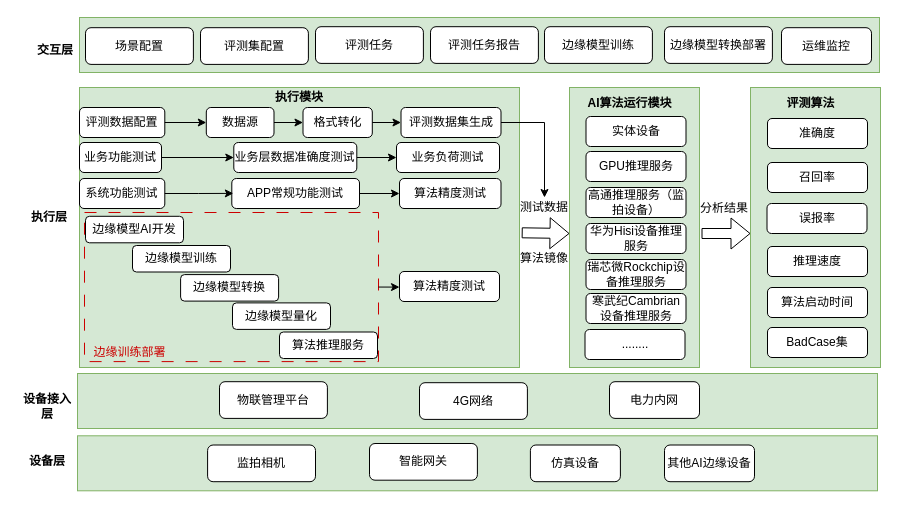
Earlier version of the draw.io diagram 验证实验评测平台-测试部门概要.drawio (paleblackless/diagrams). Source tidied: cells renumbered, new cells numbered last; positions are measured from the earlier drawing's top-left corner, leaving out a move shared by most shapes. Both pictures are drawn from the tidied source at 100%, with x=0, y=0 at pixel (17, 17).
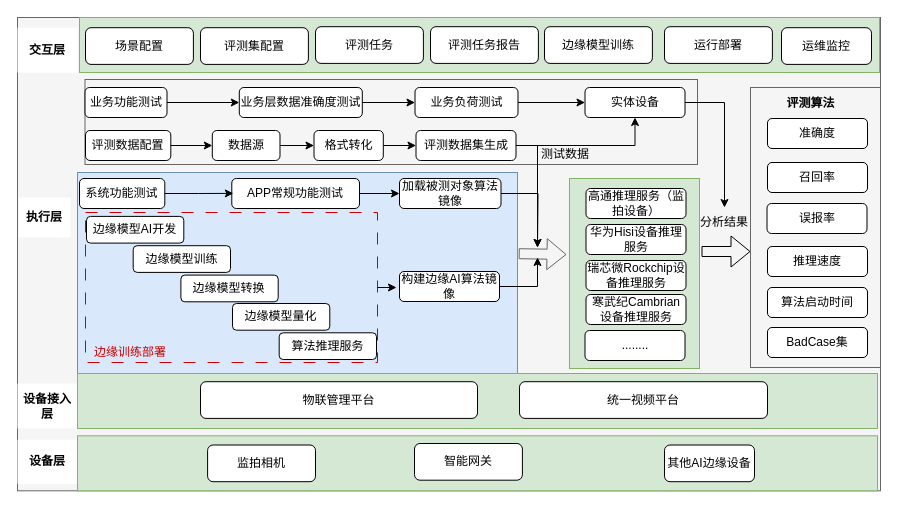
After the change.

Commit message:
Update 验证实验评测平台-测试部门概要.drawio

Unchanged cells that the change refers to:
```xml
<mxCell id="27" style="group;" parent="2" vertex="1">
  <mxGeometry x="733" y="70" width="130" height="280" as="geometry" />
</mxCell>
<mxCell id="49" style="group;" parent="2" vertex="1">
  <mxGeometry x="62" y="160" width="421.5" height="31" as="geometry" />
</mxCell>
```

Diff of the diagram source:
```diff
@@
-    <mxCell id="2" style="group;" parent="1" vertex="1">
+    <mxCell id="2" style="group;fillColor=#f5f5f5;fontColor=#333333;strokeColor=#666666;" parent="1" vertex="1">
       <mxGeometry width="863" height="473.3" as="geometry" />
     </mxCell>
+    <mxCell id="82" style="rounded=0;whiteSpace=wrap;html=1;fillColor=#dae8fc;strokeColor=#6c8ebf;" parent="2" vertex="1">
+      <mxGeometry x="60" y="155" width="440" height="205" as="geometry" />
+    </mxCell>
+    <mxCell id="83" style="rounded=0;whiteSpace=wrap;html=1;fillColor=#f5f5f5;strokeColor=#666666;fontColor=#333333;" parent="2" vertex="1">
+      <mxGeometry x="67.5" y="62" width="612.5" height="85" as="geometry" />
+    </mxCell>
@@
     <mxCell id="4" value="&lt;b&gt;交互层&lt;/b&gt;" style="rounded=0;whiteSpace=wrap;html=1;strokeColor=none;" parent="2" vertex="1">
-      <mxGeometry x="8" y="10" width="60" height="45" as="geometry" />
+      <mxGeometry y="10.2" width="60" height="45" as="geometry" />
     </mxCell>
@@
     <mxCell id="6" value="&lt;b&gt;执行层&lt;/b&gt;" style="rounded=0;whiteSpace=wrap;html=1;strokeColor=none;" parent="2" vertex="1">
-      <mxGeometry x="2" y="180" width="60" height="40" as="geometry" />
+      <mxGeometry x="1" y="180" width="52" height="40" as="geometry" />
     </mxCell>
-    <mxCell id="7" style="rounded=0;whiteSpace=wrap;html=1;fillColor=#d5e8d4;strokeColor=#82b366;" parent="2" vertex="1">
-      <mxGeometry x="62" y="70" width="440" height="280" as="geometry" />
-    </mxCell>
-    <mxCell id="8" value="&lt;b&gt;执行模块&lt;/b&gt;" style="text;html=1;strokeColor=none;fillColor=none;align=center;verticalAlign=middle;whiteSpace=wrap;rounded=0;" parent="2" vertex="1">
-      <mxGeometry x="242" y="65" width="80" height="30" as="geometry" />
-    </mxCell>
@@
-    <mxCell id="13" value="边缘模型转换部署" style="rounded=1;whiteSpace=wrap;html=1;" parent="2" vertex="1">
+    <mxCell id="13" value="运行部署" style="rounded=1;whiteSpace=wrap;html=1;" parent="2" vertex="1">
       <mxGeometry x="647" y="9.2" width="107.9" height="36.7" as="geometry" />
     </mxCell>
@@
     <mxCell id="16" style="group;" parent="2" vertex="1">
-      <mxGeometry x="552" y="70" width="190" height="280" as="geometry" />
+      <mxGeometry x="552" y="71" width="190" height="280" as="geometry" />
     </mxCell>
     <mxCell id="17" style="rounded=0;whiteSpace=wrap;html=1;fillColor=#d5e8d4;strokeColor=#82b366;" parent="16" vertex="1">
-      <mxGeometry width="130" height="280" as="geometry" />
+      <mxGeometry y="90" width="130" height="190" as="geometry" />
     </mxCell>
-    <mxCell id="18" value="&lt;b&gt;AI算法运行模块&lt;/b&gt;" style="text;html=1;strokeColor=none;fillColor=none;align=center;verticalAlign=middle;whiteSpace=wrap;rounded=0;" parent="16" vertex="1">
-      <mxGeometry x="3.5" y="1" width="113" height="30" as="geometry" />
-    </mxCell>
+    <mxCell id="84" style="edgeStyle=orthogonalEdgeStyle;rounded=0;jettySize=auto;html=1;exitX=1;exitY=0.5;exitDx=0;exitDy=0;" parent="16" edge="1" source="19" target="26">
+      <mxGeometry relative="1" as="geometry" />
+    </mxCell>
     <mxCell id="19" value="实体设备" style="rounded=1;whiteSpace=wrap;html=1;" parent="16" vertex="1">
-      <mxGeometry x="16.5" y="29" width="100" height="30" as="geometry" />
+      <mxGeometry x="15.5" y="-1" width="100" height="30" as="geometry" />
     </mxCell>
-    <mxCell id="20" value="GPU推理服务" style="rounded=1;whiteSpace=wrap;html=1;" parent="16" vertex="1">
-      <mxGeometry x="16.5" y="64" width="100" height="30" as="geometry" />
-    </mxCell>
@@
     <mxCell id="26" value="分析结果" style="text;html=1;strokeColor=none;fillColor=none;align=center;verticalAlign=middle;whiteSpace=wrap;rounded=0;" parent="16" vertex="1">
-      <mxGeometry x="130" y="106" width="50" height="30" as="geometry" />
+      <mxGeometry x="130" y="119" width="50" height="30" as="geometry" />
     </mxCell>
@@
-    <mxCell id="28" style="rounded=0;whiteSpace=wrap;html=1;fillColor=#d5e8d4;strokeColor=#82b366;" parent="27" vertex="1">
+    <mxCell id="28" style="rounded=0;whiteSpace=wrap;html=1;fillColor=#f5f5f5;strokeColor=#666666;fontColor=#333333;" parent="27" vertex="1">
       <mxGeometry width="130" height="280" as="geometry" />
     </mxCell>
@@
     <mxCell id="36" style="shape=flexArrow;endArrow=classic;html=1;rounded=0;" parent="2" edge="1">
       <mxGeometry relative="1" as="geometry">
-        <mxPoint x="684" y="216" as="sourcePoint" />
-        <mxPoint x="733" y="216" as="targetPoint" />
+        <mxPoint x="684" y="234" as="sourcePoint" />
+        <mxPoint x="733" y="234" as="targetPoint" />
       </mxGeometry>
     </mxCell>
-    <mxCell id="37" value="测试数据" style="text;html=1;strokeColor=none;fillColor=none;align=center;verticalAlign=middle;whiteSpace=wrap;rounded=0;" parent="2" vertex="1">
-      <mxGeometry x="502" y="180" width="50" height="20" as="geometry" />
+    <mxCell id="37" value="测试数据" style="text;html=1;strokeColor=none;fillColor=none;align=center;verticalAlign=middle;whiteSpace=wrap;rounded=0;rotation=0;" parent="2" vertex="1">
+      <mxGeometry x="523" y="127" width="50" height="20" as="geometry" />
     </mxCell>
-    <mxCell id="38" value="算法镜像" style="text;html=1;strokeColor=none;fillColor=none;align=center;verticalAlign=middle;whiteSpace=wrap;rounded=0;" parent="2" vertex="1">
-      <mxGeometry x="502" y="228" width="50" height="26" as="geometry" />
-    </mxCell>
     <mxCell id="39" style="group;fillColor=none;strokeColor=none;" parent="2" vertex="1">
-      <mxGeometry x="68" y="190" width="294" height="159" as="geometry" />
+      <mxGeometry x="69" y="190" width="292" height="160" as="geometry" />
     </mxCell>
     <mxCell id="40" style="rounded=0;whiteSpace=wrap;html=1;dashed=1;dashPattern=12 12;fillColor=none;fillStyle=auto;strokeColor=#CC0000;gradientColor=#97d077;" parent="39" vertex="1">
-      <mxGeometry x="-1" y="5" width="294" height="149.1" as="geometry" />
+      <mxGeometry x="-1" y="5" width="292" height="150" as="geometry" />
     </mxCell>
     <mxCell id="41" value="边缘模型AI开发" style="rounded=1;whiteSpace=wrap;html=1;" parent="39" vertex="1">
-      <mxGeometry y="8.8" width="98" height="26.5" as="geometry" />
+      <mxGeometry y="8.9" width="97.3" height="26.7" as="geometry" />
     </mxCell>
     <mxCell id="42" value="边缘模型训练" style="rounded=1;whiteSpace=wrap;html=1;" parent="39" vertex="1">
-      <mxGeometry x="47" y="38" width="98" height="26.5" as="geometry" />
+      <mxGeometry x="46.7" y="38.2" width="97.3" height="26.7" as="geometry" />
     </mxCell>
     <mxCell id="43" value="边缘模型转换" style="rounded=1;whiteSpace=wrap;html=1;" parent="39" vertex="1">
-      <mxGeometry x="95.1" y="67.1" width="98" height="26.5" as="geometry" />
+      <mxGeometry x="94.4" y="67.6" width="97.3" height="26.7" as="geometry" />
     </mxCell>
     <mxCell id="44" value="边缘模型量化" style="rounded=1;whiteSpace=wrap;html=1;" parent="39" vertex="1">
-      <mxGeometry x="147" y="95.4" width="98" height="26.5" as="geometry" />
+      <mxGeometry x="146" y="96" width="97.3" height="26.7" as="geometry" />
     </mxCell>
     <mxCell id="45" value="算法推理服务" style="rounded=1;whiteSpace=wrap;html=1;" parent="39" vertex="1">
-      <mxGeometry x="194" y="124.5" width="98" height="26.5" as="geometry" />
+      <mxGeometry x="192.7" y="125.3" width="97.3" height="26.7" as="geometry" />
     </mxCell>
     <mxCell id="46" value="&lt;font color=&quot;#cc0000&quot;&gt;边缘训练部署&lt;/font&gt;" style="text;html=1;strokeColor=none;fillColor=none;align=center;verticalAlign=middle;whiteSpace=wrap;rounded=0;" parent="39" vertex="1">
-      <mxGeometry x="-1" y="135" width="91" height="19" as="geometry" />
+      <mxGeometry x="-1" y="135.9" width="90.4" height="19.1" as="geometry" />
     </mxCell>
-    <mxCell id="47" value="算法精度测试" style="rounded=1;whiteSpace=wrap;html=1;" parent="2" vertex="1">
+    <mxCell id="47" value="构建边缘AI算法镜像" style="rounded=1;whiteSpace=wrap;html=1;" parent="2" vertex="1">
       <mxGeometry x="382" y="254" width="100" height="30" as="geometry" />
     </mxCell>
-    <mxCell id="48" style="edgeStyle=orthogonalEdgeStyle;rounded=0;jettySize=auto;html=1;exitX=1;exitY=0.5;exitDx=0;exitDy=0;entryX=0;entryY=0.5;entryDx=0;entryDy=0;" parent="2" edge="1" source="40" target="47">
-      <mxGeometry relative="1" as="geometry" />
-    </mxCell>
@@
-    <mxCell id="54" value="算法精度测试" style="rounded=1;whiteSpace=wrap;html=1;" parent="49" vertex="1">
+    <mxCell id="54" value="加载被测对象算法镜像" style="rounded=1;whiteSpace=wrap;html=1;" parent="49" vertex="1">
       <mxGeometry x="320" y="1" width="101.5" height="30" as="geometry" />
     </mxCell>
+    <mxCell id="70" style="shape=flexArrow;endArrow=classic;html=1;rounded=0;exitX=0.044;exitY=0.975;exitDx=0;exitDy=0;exitPerimeter=0;fillColor=#f5f5f5;strokeColor=#666666;" parent="2" edge="1">
+      <mxGeometry relative="1" as="geometry">
+        <mxPoint x="501.2" y="236.2" as="sourcePoint" />
+        <mxPoint x="549" y="237" as="targetPoint" />
+      </mxGeometry>
+    </mxCell>
+    <mxCell id="71" value="&lt;b&gt;设备层&lt;/b&gt;" style="rounded=0;whiteSpace=wrap;html=1;strokeColor=none;" parent="2" vertex="1">
+      <mxGeometry y="422.2" width="60" height="44.2" as="geometry" />
+    </mxCell>
+    <mxCell id="72" style="group;fillColor=#d5e8d4;strokeColor=#82b366;" parent="2" vertex="1">
+      <mxGeometry x="60" y="418.3" width="800" height="55" as="geometry" />
+    </mxCell>
+    <mxCell id="73" value="智能网关" style="rounded=1;whiteSpace=wrap;html=1;" parent="2" vertex="1">
+      <mxGeometry x="397" y="426" width="107.9" height="36.7" as="geometry" />
+    </mxCell>
+    <mxCell id="74" value="监拍相机" style="rounded=1;whiteSpace=wrap;html=1;" parent="2" vertex="1">
+      <mxGeometry x="190.1" y="427.5" width="107.9" height="36.7" as="geometry" />
+    </mxCell>
+    <mxCell id="76" value="&lt;b&gt;设备接入层&lt;/b&gt;" style="rounded=0;whiteSpace=wrap;html=1;strokeColor=none;" parent="2" vertex="1">
+      <mxGeometry y="366" width="60" height="45" as="geometry" />
+    </mxCell>
+    <mxCell id="77" style="group;fillColor=#d5e8d4;strokeColor=#82b366;" parent="2" vertex="1">
+      <mxGeometry x="60" y="356" width="800" height="55" as="geometry" />
+    </mxCell>
+    <mxCell id="78" value="物联管理平台" style="rounded=1;whiteSpace=wrap;html=1;" parent="2" vertex="1">
+      <mxGeometry x="183" y="364.2" width="277" height="36.7" as="geometry" />
+    </mxCell>
+    <mxCell id="80" value="统一视频平台" style="rounded=1;whiteSpace=wrap;html=1;" parent="2" vertex="1">
+      <mxGeometry x="502" y="364.2" width="248" height="36.7" as="geometry" />
+    </mxCell>
+    <mxCell id="81" value="其他AI边缘设备" style="rounded=1;whiteSpace=wrap;html=1;" parent="2" vertex="1">
+      <mxGeometry x="647" y="427.5" width="90" height="36.7" as="geometry" />
+    </mxCell>
     <mxCell id="55" style="group;" parent="2" vertex="1">
-      <mxGeometry x="62" y="125" width="420" height="30" as="geometry" />
+      <mxGeometry x="67.5" y="73" width="420" height="30" as="geometry" />
     </mxCell>
     <mxCell id="56" value="业务功能测试" style="rounded=1;whiteSpace=wrap;html=1;" parent="55" vertex="1">
-      <mxGeometry width="82" height="30" as="geometry" />
+      <mxGeometry y="-3" width="82" height="30" as="geometry" />
     </mxCell>
@@
     <mxCell id="58" value="业务层数据准确度测试" style="rounded=1;whiteSpace=wrap;html=1;" parent="55" vertex="1">
-      <mxGeometry x="154.3" width="123" height="30" as="geometry" />
+      <mxGeometry x="154.3" y="-3" width="123" height="30" as="geometry" />
     </mxCell>
@@
     <mxCell id="60" value="业务负荷测试" style="rounded=1;whiteSpace=wrap;html=1;" parent="55" vertex="1">
-      <mxGeometry x="317" width="103" height="30" as="geometry" />
+      <mxGeometry x="330" y="-3" width="103" height="30" as="geometry" />
     </mxCell>
+    <mxCell id="85" style="edgeStyle=orthogonalEdgeStyle;rounded=0;jettySize=auto;html=1;exitX=1;exitY=0.5;exitDx=0;exitDy=0;entryX=0;entryY=0.5;entryDx=0;entryDy=0;" parent="2" edge="1" source="60" target="19">
+      <mxGeometry relative="1" as="geometry" />
+    </mxCell>
     <mxCell id="61" style="group;" parent="2" vertex="1">
-      <mxGeometry x="62" y="90" width="421.5" height="30" as="geometry" />
+      <mxGeometry x="68" y="113" width="421.5" height="30" as="geometry" />
     </mxCell>
@@
     <mxCell id="65" value="格式转化" style="rounded=1;whiteSpace=wrap;html=1;" parent="61" vertex="1">
-      <mxGeometry x="223.5" width="69.3" height="30" as="geometry" />
+      <mxGeometry x="228.5" width="69.3" height="30" as="geometry" />
     </mxCell>
@@
     <mxCell id="67" value="评测数据集生成" style="rounded=1;whiteSpace=wrap;html=1;" parent="61" vertex="1">
-      <mxGeometry x="321.5" width="100" height="30" as="geometry" />
+      <mxGeometry x="330.5" width="100" height="30" as="geometry" />
     </mxCell>
@@
-    <mxCell id="69" style="edgeStyle=orthogonalEdgeStyle;rounded=0;jettySize=auto;html=1;exitX=1;exitY=0.5;exitDx=0;exitDy=0;entryX=0.5;entryY=0;entryDx=0;entryDy=0;" parent="2" edge="1" source="67" target="37">
-      <mxGeometry relative="1" as="geometry" />
-    </mxCell>
-    <mxCell id="70" style="shape=flexArrow;endArrow=classic;html=1;rounded=0;exitX=0.044;exitY=0.975;exitDx=0;exitDy=0;exitPerimeter=0;" parent="2" edge="1">
-      <mxGeometry relative="1" as="geometry">
-        <mxPoint x="504.2" y="215.3" as="sourcePoint" />
-        <mxPoint x="552" y="216" as="targetPoint" />
-      </mxGeometry>
-    </mxCell>
-    <mxCell id="71" value="&lt;b&gt;设备层&lt;/b&gt;" style="rounded=0;whiteSpace=wrap;html=1;strokeColor=none;" parent="2" vertex="1">
-      <mxGeometry y="422.2" width="60" height="44.2" as="geometry" />
-    </mxCell>
-    <mxCell id="72" style="group;fillColor=#d5e8d4;strokeColor=#82b366;" parent="2" vertex="1">
-      <mxGeometry x="60" y="418.3" width="800" height="55" as="geometry" />
-    </mxCell>
-    <mxCell id="73" value="智能网关" style="rounded=1;whiteSpace=wrap;html=1;" parent="2" vertex="1">
-      <mxGeometry x="352" y="426" width="107.9" height="36.7" as="geometry" />
-    </mxCell>
-    <mxCell id="74" value="监拍相机" style="rounded=1;whiteSpace=wrap;html=1;" parent="2" vertex="1">
-      <mxGeometry x="190.1" y="427.5" width="107.9" height="36.7" as="geometry" />
-    </mxCell>
-    <mxCell id="75" value="仿真设备" style="rounded=1;whiteSpace=wrap;html=1;" parent="2" vertex="1">
-      <mxGeometry x="512.9" y="427.5" width="90" height="36.7" as="geometry" />
-    </mxCell>
-    <mxCell id="76" value="&lt;b&gt;设备接入层&lt;/b&gt;" style="rounded=0;whiteSpace=wrap;html=1;strokeColor=none;" parent="2" vertex="1">
-      <mxGeometry y="366" width="60" height="45" as="geometry" />
-    </mxCell>
-    <mxCell id="77" style="group;fillColor=#d5e8d4;strokeColor=#82b366;" parent="2" vertex="1">
-      <mxGeometry x="60" y="356" width="800" height="55" as="geometry" />
-    </mxCell>
-    <mxCell id="78" value="物联管理平台" style="rounded=1;whiteSpace=wrap;html=1;" parent="2" vertex="1">
-      <mxGeometry x="202" y="364.2" width="107.9" height="36.7" as="geometry" />
-    </mxCell>
-    <mxCell id="79" value="4G网络" style="rounded=1;whiteSpace=wrap;html=1;" parent="2" vertex="1">
-      <mxGeometry x="402" y="365.2" width="107.9" height="36.7" as="geometry" />
-    </mxCell>
-    <mxCell id="80" value="电力内网" style="rounded=1;whiteSpace=wrap;html=1;" parent="2" vertex="1">
-      <mxGeometry x="592" y="364.2" width="90" height="36.7" as="geometry" />
-    </mxCell>
-    <mxCell id="81" value="其他AI边缘设备" style="rounded=1;whiteSpace=wrap;html=1;" parent="2" vertex="1">
-      <mxGeometry x="647" y="427.5" width="90" height="36.7" as="geometry" />
-    </mxCell>
+    <mxCell id="86" style="edgeStyle=orthogonalEdgeStyle;rounded=0;jettySize=auto;html=1;exitX=1;exitY=0.5;exitDx=0;exitDy=0;entryX=0.5;entryY=1;entryDx=0;entryDy=0;" parent="2" edge="1" source="67" target="19">
+      <mxGeometry relative="1" as="geometry" />
+    </mxCell>
+    <mxCell id="48" style="edgeStyle=orthogonalEdgeStyle;rounded=0;jettySize=auto;html=1;exitX=1;exitY=0.5;exitDx=0;exitDy=0;entryX=-0.03;entryY=0.53;entryDx=0;entryDy=0;entryPerimeter=0;" parent="2" edge="1" source="40" target="47">
+      <mxGeometry relative="1" as="geometry" />
+    </mxCell>
+    <mxCell id="87" style="edgeStyle=orthogonalEdgeStyle;rounded=0;jettySize=auto;html=1;exitX=1;exitY=0.5;exitDx=0;exitDy=0;jumpStyle=arc;" parent="1" edge="1" source="54">
+      <mxGeometry relative="1" as="geometry">
+        <mxPoint x="520" y="230" as="targetPoint" />
+      </mxGeometry>
+    </mxCell>
+    <mxCell id="88" style="edgeStyle=orthogonalEdgeStyle;rounded=0;jettySize=auto;html=1;exitX=1;exitY=0.5;exitDx=0;exitDy=0;" parent="1" edge="1" source="47">
+      <mxGeometry relative="1" as="geometry">
+        <mxPoint x="520" y="240" as="targetPoint" />
+        <Array as="points">
+          <mxPoint x="520" y="269" />
+          <mxPoint x="520" y="240" />
+        </Array>
+      </mxGeometry>
+    </mxCell>
+    <mxCell id="89" style="edgeStyle=orthogonalEdgeStyle;rounded=0;jettySize=auto;html=1;exitX=1;exitY=0.5;exitDx=0;exitDy=0;" parent="1" edge="1" source="67">
+      <mxGeometry relative="1" as="geometry">
+        <mxPoint x="520" y="230" as="targetPoint" />
+        <Array as="points">
+          <mxPoint x="520" y="128" />
+          <mxPoint x="520" y="230" />
+        </Array>
+      </mxGeometry>
+    </mxCell>
```
